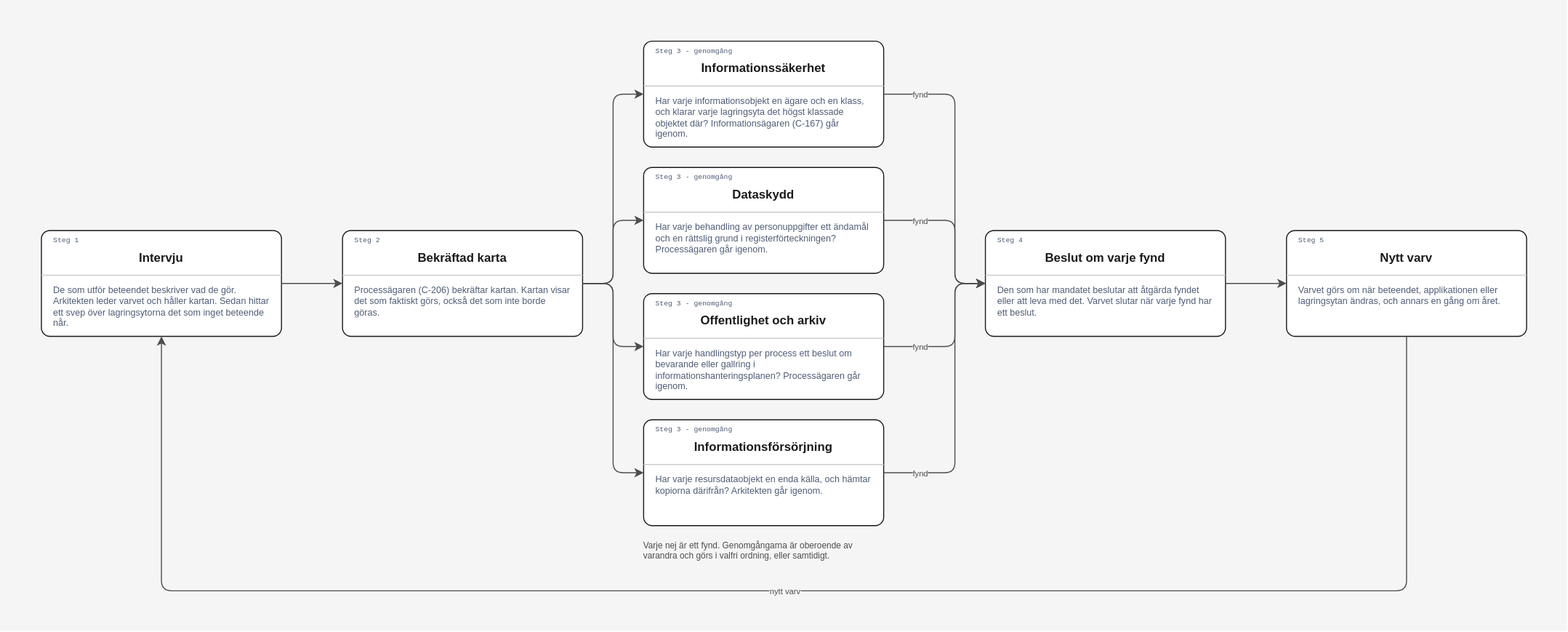
nickdin/gestaltadet-katalog keeps this draw.io diagram as layout/Exempel/Informationskartläggning steg.drawio.svg. Above is the earlier version. Source tidied: cells renumbered, new cells last; positions are measured from the earlier drawing's top-left corner, leaving out a move shared by most shapes.
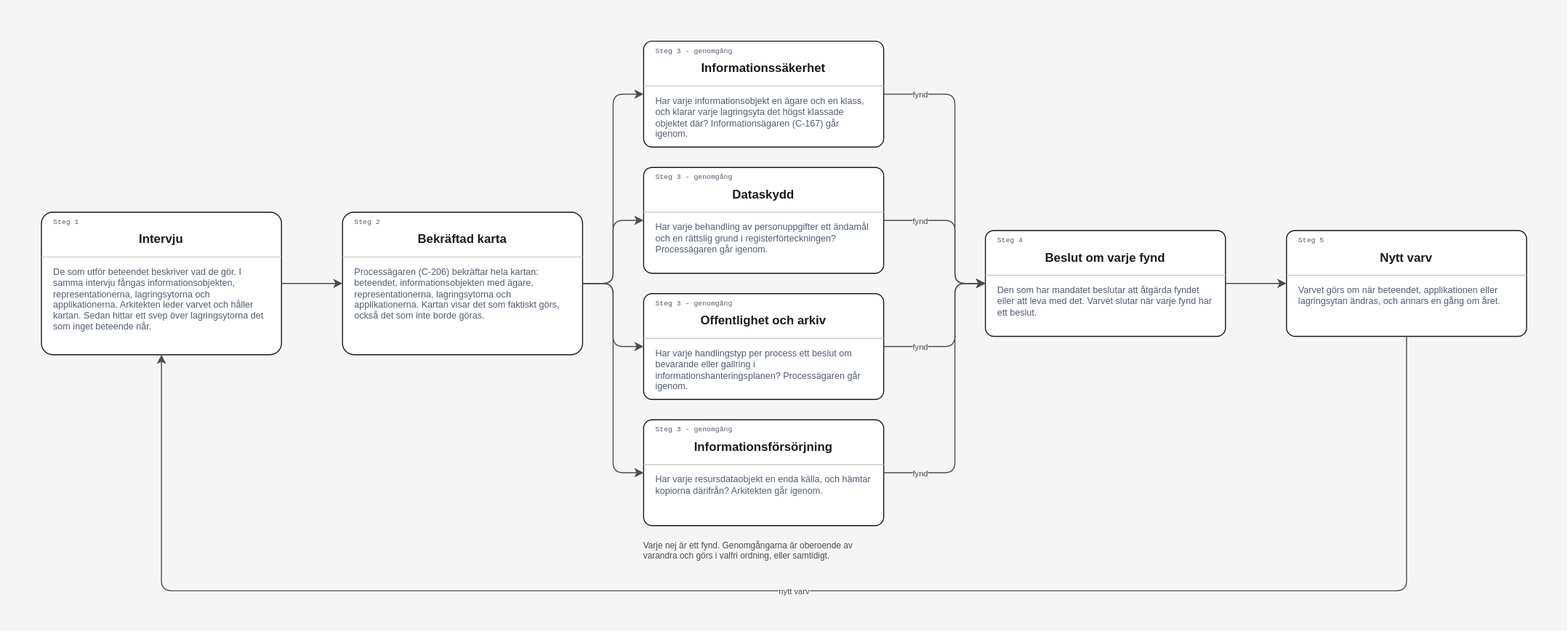
The same diagram one commit later.

The edit, as a diff of the source:
```diff
@@ -6,10 +6,10 @@
       <mxGeometry width="1540" height="620" as="geometry" />
     </mxCell>
     <mxCell id="3" style="group;" parent="1" vertex="1">
-      <mxGeometry x="40" y="226" width="236" height="104" as="geometry" />
+      <mxGeometry x="40" y="208" width="236" height="140" as="geometry" />
     </mxCell>
     <mxCell id="4" style="rounded=1;arcSize=8;whiteSpace=wrap;html=1;fillColor=#ffffff;strokeColor=#1a1a1a;strokeWidth=1;" parent="3" vertex="1">
-      <mxGeometry width="236" height="104" as="geometry" />
+      <mxGeometry width="236" height="140" as="geometry" />
     </mxCell>
     <mxCell id="5" value="Intervju" style="text;html=1;strokeColor=none;fillColor=none;align=center;verticalAlign=middle;whiteSpace=wrap;overflow=hidden;fontFamily=Helvetica;fontSize=12;fontColor=#1a1a1a;fontStyle=1;spacing=0;" parent="3" vertex="1">
       <mxGeometry x="12" y="18" width="212" height="18" as="geometry" />
@@ -23,14 +23,14 @@
     <mxCell id="7" value="Steg 1" style="text;html=1;strokeColor=none;fillColor=none;align=left;verticalAlign=middle;whiteSpace=wrap;overflow=hidden;fontFamily=Courier New;fontSize=7;fontColor=#4f5d75;fontStyle=0;spacing=0;" parent="3" vertex="1">
       <mxGeometry x="12" y="5" width="212" height="10" as="geometry" />
     </mxCell>
-    <mxCell id="8" value="De som utför beteendet beskriver vad de gör. Arkitekten leder varvet och håller kartan. Sedan hittar ett svep över lagringsytorna det som inget beteende når." style="text;html=1;strokeColor=none;fillColor=none;align=left;verticalAlign=top;whiteSpace=wrap;overflow=hidden;fontFamily=Helvetica;fontSize=9;fontColor=#4f5d75;fontStyle=0;spacing=0;spacingTop=0;" parent="3" vertex="1">
-      <mxGeometry x="12" y="49" width="212" height="51" as="geometry" />
+    <mxCell id="8" value="De som utför beteendet beskriver vad de gör. I samma intervju fångas informationsobjekten, representationerna, lagringsytorna och applikationerna. Arkitekten leder varvet och håller kartan. Sedan hittar ett svep över lagringsytorna det som inget beteende når." style="text;html=1;strokeColor=none;fillColor=none;align=left;verticalAlign=top;whiteSpace=wrap;overflow=hidden;fontFamily=Helvetica;fontSize=9;fontColor=#4f5d75;fontStyle=0;spacing=0;spacingTop=0;" parent="3" vertex="1">
+      <mxGeometry x="12" y="49" width="212" height="87" as="geometry" />
     </mxCell>
     <mxCell id="9" style="group;" parent="1" vertex="1">
-      <mxGeometry x="336" y="226" width="236" height="104" as="geometry" />
+      <mxGeometry x="336" y="208" width="236" height="140" as="geometry" />
     </mxCell>
     <mxCell id="10" style="rounded=1;arcSize=8;whiteSpace=wrap;html=1;fillColor=#ffffff;strokeColor=#1a1a1a;strokeWidth=1;" parent="9" vertex="1">
-      <mxGeometry width="236" height="104" as="geometry" />
+      <mxGeometry width="236" height="140" as="geometry" />
     </mxCell>
     <mxCell id="11" value="Bekräftad karta" style="text;html=1;strokeColor=none;fillColor=none;align=center;verticalAlign=middle;whiteSpace=wrap;overflow=hidden;fontFamily=Helvetica;fontSize=12;fontColor=#1a1a1a;fontStyle=1;spacing=0;" parent="9" vertex="1">
       <mxGeometry x="12" y="18" width="212" height="18" as="geometry" />
@@ -44,8 +44,8 @@
     <mxCell id="13" value="Steg 2" style="text;html=1;strokeColor=none;fillColor=none;align=left;verticalAlign=middle;whiteSpace=wrap;overflow=hidden;fontFamily=Courier New;fontSize=7;fontColor=#4f5d75;fontStyle=0;spacing=0;" parent="9" vertex="1">
       <mxGeometry x="12" y="5" width="212" height="10" as="geometry" />
     </mxCell>
-    <mxCell id="14" value="Processägaren (C-206) bekräftar kartan. Kartan visar det som faktiskt görs, också det som inte borde göras." style="text;html=1;strokeColor=none;fillColor=none;align=left;verticalAlign=top;whiteSpace=wrap;overflow=hidden;fontFamily=Helvetica;fontSize=9;fontColor=#4f5d75;fontStyle=0;spacing=0;spacingTop=0;" parent="9" vertex="1">
-      <mxGeometry x="12" y="49" width="212" height="51" as="geometry" />
+    <mxCell id="14" value="Processägaren (C-206) bekräftar hela kartan: beteendet, informationsobjekten med ägare, representationerna, lagringsytorna och applikationerna. Kartan visar det som faktiskt görs, också det som inte borde göras." style="text;html=1;strokeColor=none;fillColor=none;align=left;verticalAlign=top;whiteSpace=wrap;overflow=hidden;fontFamily=Helvetica;fontSize=9;fontColor=#4f5d75;fontStyle=0;spacing=0;spacingTop=0;" parent="9" vertex="1">
+      <mxGeometry x="12" y="49" width="212" height="87" as="geometry" />
     </mxCell>
     <mxCell id="15" style="group;" parent="1" vertex="1">
       <mxGeometry x="632" y="40" width="236" height="104" as="geometry" />
```
